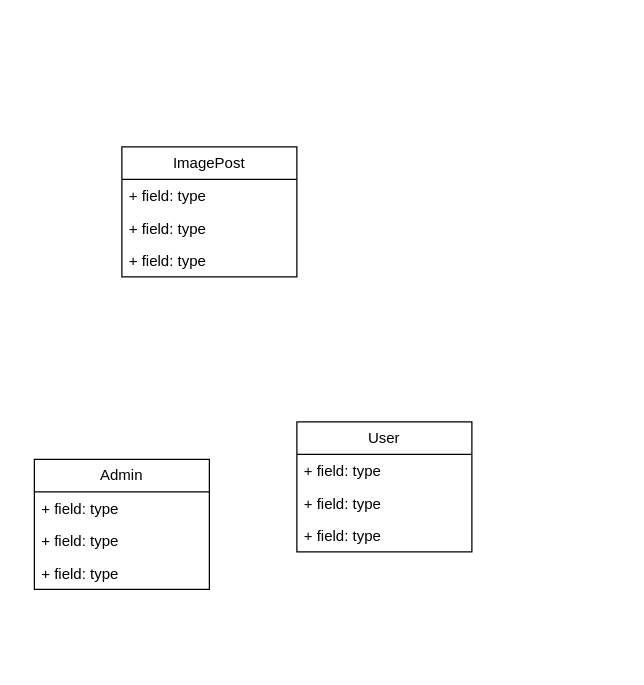
The draw.io diagram erd.drawio in dgdecorso/backend-imageTest, before the edit. Source tidied: cells renumbered, new cells numbered last; positions are measured from the earlier drawing's top-left corner, leaving out a move shared by most shapes. Both pictures are drawn from the tidied source at 125%, with x=0, y=0 at pixel (34, 146).
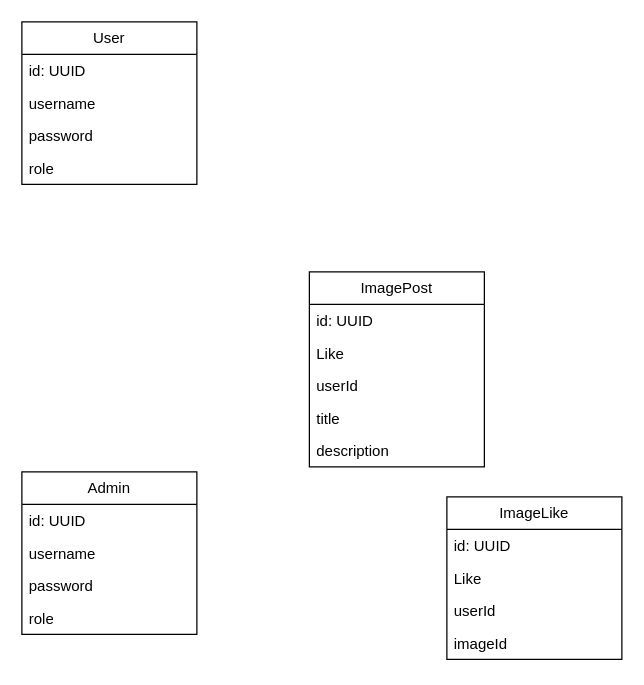
The same diagram, later.

The edit, as a diff of the source:
```diff
@@
     <mxCell id="2" value="User" style="swimlane;fontStyle=0;horizontal=1;startSize=26;fillColor=none;whiteSpace=wrap;html=1;" parent="1" vertex="1">
-      <mxGeometry x="210" y="220" width="140" height="104" as="geometry" />
+      <mxGeometry x="-10" y="-100" width="140" height="130" as="geometry" />
     </mxCell>
-    <mxCell id="3" value="+ field: type" style="text;strokeColor=none;fillColor=none;align=left;verticalAlign=top;spacingLeft=4;spacingRight=4;overflow=hidden;whiteSpace=wrap;html=1;" parent="2" vertex="1">
+    <mxCell id="3" value="id: UUID" style="text;strokeColor=none;fillColor=none;align=left;verticalAlign=top;spacingLeft=4;spacingRight=4;overflow=hidden;whiteSpace=wrap;html=1;" parent="2" vertex="1">
       <mxGeometry y="26" width="140" height="26" as="geometry" />
     </mxCell>
-    <mxCell id="4" value="+ field: type" style="text;strokeColor=none;fillColor=none;align=left;verticalAlign=top;spacingLeft=4;spacingRight=4;overflow=hidden;whiteSpace=wrap;html=1;" parent="2" vertex="1">
+    <mxCell id="4" value="username" style="text;strokeColor=none;fillColor=none;align=left;verticalAlign=top;spacingLeft=4;spacingRight=4;overflow=hidden;whiteSpace=wrap;html=1;" parent="2" vertex="1">
       <mxGeometry y="52" width="140" height="26" as="geometry" />
     </mxCell>
-    <mxCell id="5" value="+ field: type" style="text;strokeColor=none;fillColor=none;align=left;verticalAlign=top;spacingLeft=4;spacingRight=4;overflow=hidden;whiteSpace=wrap;html=1;" parent="2" vertex="1">
+    <mxCell id="5" value="password" style="text;strokeColor=none;fillColor=none;align=left;verticalAlign=top;spacingLeft=4;spacingRight=4;overflow=hidden;whiteSpace=wrap;html=1;" parent="2" vertex="1">
       <mxGeometry y="78" width="140" height="26" as="geometry" />
     </mxCell>
-    <mxCell id="6" value="Admin" style="swimlane;fontStyle=0;horizontal=1;startSize=26;fillColor=none;whiteSpace=wrap;html=1;" parent="1" vertex="1">
-      <mxGeometry y="250" width="140" height="104" as="geometry" />
-    </mxCell>
-    <mxCell id="7" value="+ field: type" style="text;strokeColor=none;fillColor=none;align=left;verticalAlign=top;spacingLeft=4;spacingRight=4;overflow=hidden;whiteSpace=wrap;html=1;" parent="6" vertex="1">
-      <mxGeometry y="26" width="140" height="26" as="geometry" />
-    </mxCell>
-    <mxCell id="8" value="+ field: type" style="text;strokeColor=none;fillColor=none;align=left;verticalAlign=top;spacingLeft=4;spacingRight=4;overflow=hidden;whiteSpace=wrap;html=1;" parent="6" vertex="1">
-      <mxGeometry y="52" width="140" height="26" as="geometry" />
-    </mxCell>
-    <mxCell id="9" value="+ field: type" style="text;strokeColor=none;fillColor=none;align=left;verticalAlign=top;spacingLeft=4;spacingRight=4;overflow=hidden;whiteSpace=wrap;html=1;" parent="6" vertex="1">
-      <mxGeometry y="78" width="140" height="26" as="geometry" />
-    </mxCell>
+    <mxCell id="14" value="role" style="text;strokeColor=none;fillColor=none;align=left;verticalAlign=top;spacingLeft=4;spacingRight=4;overflow=hidden;whiteSpace=wrap;html=1;" parent="2" vertex="1">
+      <mxGeometry y="104" width="140" height="26" as="geometry" />
+    </mxCell>
     <mxCell id="10" value="ImagePost" style="swimlane;fontStyle=0;horizontal=1;startSize=26;fillColor=none;whiteSpace=wrap;html=1;" parent="1" vertex="1">
-      <mxGeometry x="70" width="140" height="104" as="geometry" />
+      <mxGeometry x="220" y="100" width="140" height="156" as="geometry" />
     </mxCell>
-    <mxCell id="11" value="+ field: type" style="text;strokeColor=none;fillColor=none;align=left;verticalAlign=top;spacingLeft=4;spacingRight=4;overflow=hidden;whiteSpace=wrap;html=1;" parent="10" vertex="1">
+    <mxCell id="11" value="id: UUID" style="text;strokeColor=none;fillColor=none;align=left;verticalAlign=top;spacingLeft=4;spacingRight=4;overflow=hidden;whiteSpace=wrap;html=1;" parent="10" vertex="1">
       <mxGeometry y="26" width="140" height="26" as="geometry" />
     </mxCell>
-    <mxCell id="12" value="+ field: type" style="text;strokeColor=none;fillColor=none;align=left;verticalAlign=top;spacingLeft=4;spacingRight=4;overflow=hidden;whiteSpace=wrap;html=1;" parent="10" vertex="1">
+    <mxCell id="12" value="Like&amp;nbsp;" style="text;strokeColor=none;fillColor=none;align=left;verticalAlign=top;spacingLeft=4;spacingRight=4;overflow=hidden;whiteSpace=wrap;html=1;" parent="10" vertex="1">
       <mxGeometry y="52" width="140" height="26" as="geometry" />
     </mxCell>
+    <mxCell id="15" value="userId" style="text;strokeColor=none;fillColor=none;align=left;verticalAlign=top;spacingLeft=4;spacingRight=4;overflow=hidden;whiteSpace=wrap;html=1;" parent="10" vertex="1">
+      <mxGeometry y="78" width="140" height="26" as="geometry" />
+    </mxCell>
-    <mxCell id="13" value="+ field: type" style="text;strokeColor=none;fillColor=none;align=left;verticalAlign=top;spacingLeft=4;spacingRight=4;overflow=hidden;whiteSpace=wrap;html=1;" parent="10" vertex="1">
-      <mxGeometry y="78" width="140" height="26" as="geometry" />
+    <mxCell id="13" value="title" style="text;strokeColor=none;fillColor=none;align=left;verticalAlign=top;spacingLeft=4;spacingRight=4;overflow=hidden;whiteSpace=wrap;html=1;" parent="10" vertex="1">
+      <mxGeometry y="104" width="140" height="26" as="geometry" />
     </mxCell>
+    <mxCell id="16" value="description" style="text;strokeColor=none;fillColor=none;align=left;verticalAlign=top;spacingLeft=4;spacingRight=4;overflow=hidden;whiteSpace=wrap;html=1;" parent="10" vertex="1">
+      <mxGeometry y="130" width="140" height="26" as="geometry" />
+    </mxCell>
+    <mxCell id="6" value="Admin" style="swimlane;fontStyle=0;horizontal=1;startSize=26;fillColor=none;whiteSpace=wrap;html=1;" parent="1" vertex="1">
+      <mxGeometry x="-10" y="260" width="140" height="130" as="geometry" />
+    </mxCell>
+    <mxCell id="17" value="id: UUID" style="text;strokeColor=none;fillColor=none;align=left;verticalAlign=top;spacingLeft=4;spacingRight=4;overflow=hidden;whiteSpace=wrap;html=1;" parent="6" vertex="1">
+      <mxGeometry y="26" width="140" height="26" as="geometry" />
+    </mxCell>
+    <mxCell id="18" value="username" style="text;strokeColor=none;fillColor=none;align=left;verticalAlign=top;spacingLeft=4;spacingRight=4;overflow=hidden;whiteSpace=wrap;html=1;" parent="6" vertex="1">
+      <mxGeometry y="52" width="140" height="26" as="geometry" />
+    </mxCell>
+    <mxCell id="19" value="password" style="text;strokeColor=none;fillColor=none;align=left;verticalAlign=top;spacingLeft=4;spacingRight=4;overflow=hidden;whiteSpace=wrap;html=1;" parent="6" vertex="1">
+      <mxGeometry y="78" width="140" height="26" as="geometry" />
+    </mxCell>
+    <mxCell id="20" value="role" style="text;strokeColor=none;fillColor=none;align=left;verticalAlign=top;spacingLeft=4;spacingRight=4;overflow=hidden;whiteSpace=wrap;html=1;" parent="6" vertex="1">
+      <mxGeometry y="104" width="140" height="26" as="geometry" />
+    </mxCell>
+    <mxCell id="21" value="ImageLike" style="swimlane;fontStyle=0;horizontal=1;startSize=26;fillColor=none;whiteSpace=wrap;html=1;" parent="1" vertex="1">
+      <mxGeometry x="330" y="280" width="140" height="130" as="geometry" />
+    </mxCell>
+    <mxCell id="22" value="id: UUID" style="text;strokeColor=none;fillColor=none;align=left;verticalAlign=top;spacingLeft=4;spacingRight=4;overflow=hidden;whiteSpace=wrap;html=1;" parent="21" vertex="1">
+      <mxGeometry y="26" width="140" height="26" as="geometry" />
+    </mxCell>
+    <mxCell id="23" value="Like&amp;nbsp;" style="text;strokeColor=none;fillColor=none;align=left;verticalAlign=top;spacingLeft=4;spacingRight=4;overflow=hidden;whiteSpace=wrap;html=1;" parent="21" vertex="1">
+      <mxGeometry y="52" width="140" height="26" as="geometry" />
+    </mxCell>
+    <mxCell id="24" value="userId" style="text;strokeColor=none;fillColor=none;align=left;verticalAlign=top;spacingLeft=4;spacingRight=4;overflow=hidden;whiteSpace=wrap;html=1;" parent="21" vertex="1">
+      <mxGeometry y="78" width="140" height="26" as="geometry" />
+    </mxCell>
+    <mxCell id="25" value="imageId" style="text;strokeColor=none;fillColor=none;align=left;verticalAlign=top;spacingLeft=4;spacingRight=4;overflow=hidden;whiteSpace=wrap;html=1;" parent="21" vertex="1">
+      <mxGeometry y="104" width="140" height="26" as="geometry" />
+    </mxCell>
```
